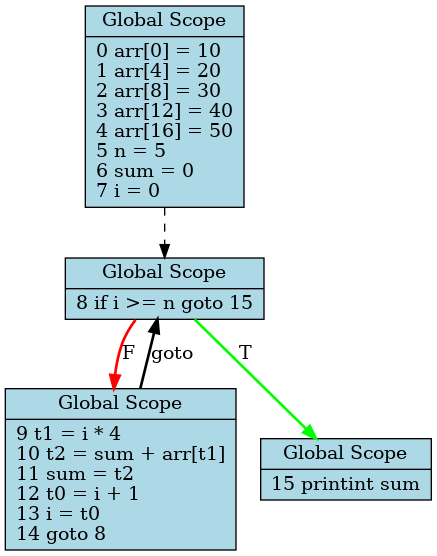
satish-pati/3_Compilers_LabProject keeps this Graphviz diagram as Compiler/tac_flow_blocks.png. Above is the earlier version. Its source is kept beside it as Compiler/tac_flow_blocks.dot.
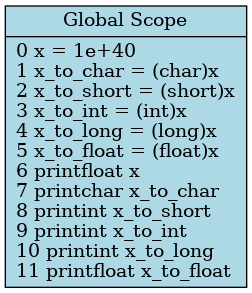
After the commit.

The edit, as a diff of the source:
```diff
@@ -2,13 +2,6 @@
   node [shape=record, style=filled, fillcolor=lightblue];
   rankdir=TB;
 
-  bb3 [label="{<b>Global Scope|15 printint sum\l}"];
-  bb2 [label="{<b>Global Scope|9 t1 = i * 4\l10 t2 = sum + arr[t1]\l11 sum = t2\l12 t0 = i + 1\l13 i = t0\l14 goto 8\l}"];
-  bb1 [label="{<b>Global Scope|8 if i \>= n goto 15\l}"];
-  bb0 [label="{<b>Global Scope|0 arr[0] = 10\l1 arr[4] = 20\l2 arr[8] = 30\l3 arr[12] = 40\l4 arr[16] = 50\l5 n = 5\l6 sum = 0\l7 i = 0\l}"];
+  bb0 [label="{<b>Global Scope|0 x = 1e+40\l1 x_to_char = (char)x\l2 x_to_short = (short)x\l3 x_to_int = (int)x\l4 x_to_long = (long)x\l5 x_to_float = (float)x\l6 printfloat x\l7 printchar x_to_char\l8 printint x_to_short\l9 printint x_to_int\l10 printint x_to_long\l11 printfloat x_to_float\l}"];
 
-  bb0 -> bb1 [style=dashed, color=black];
-  bb1 -> bb3 [label="T", color=green, penwidth=2];
-  bb1 -> bb2 [label="F", color=red, penwidth=2];
-  bb2 -> bb1 [label="goto", penwidth=2];
 }
```
